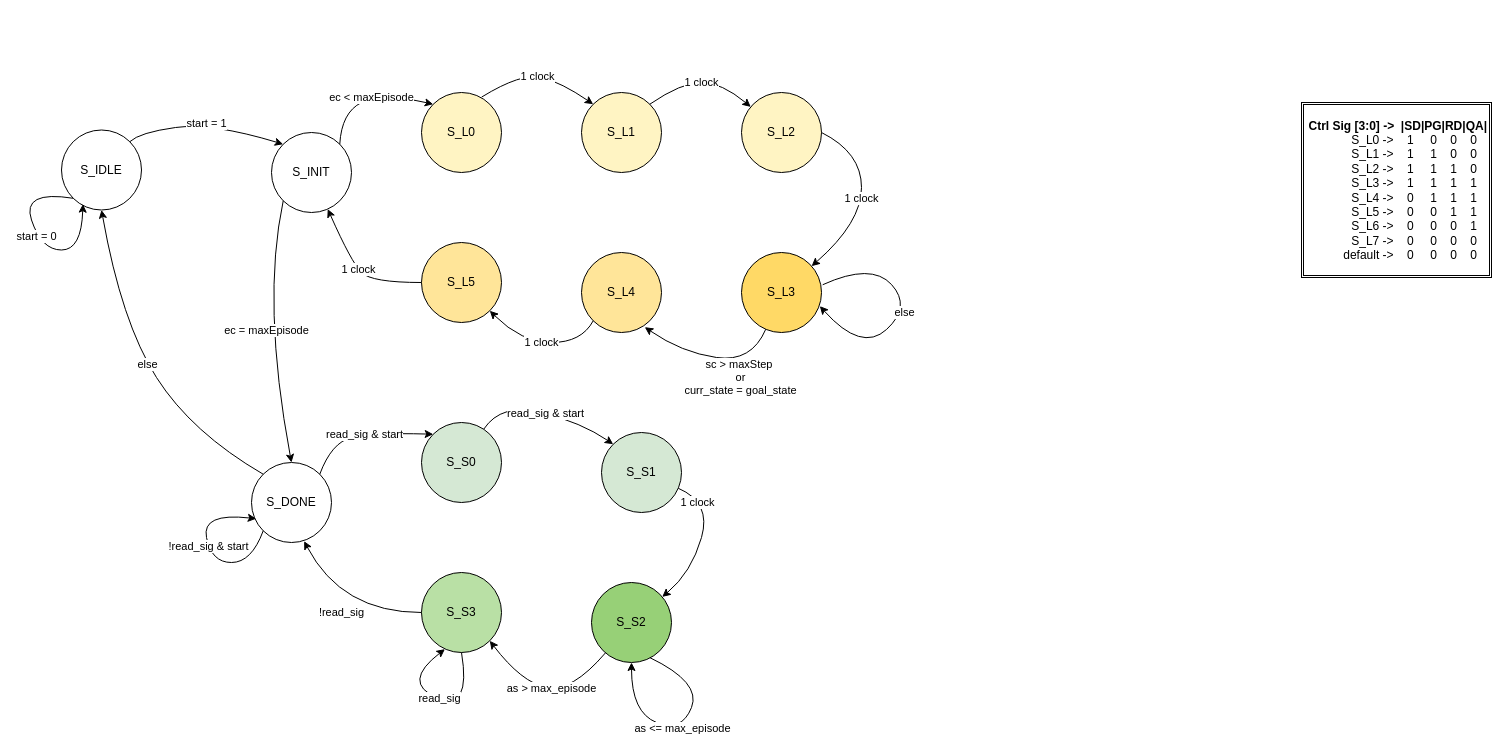
The draw.io diagram page "FSM_c2" (3 of 8) of intelight.drawio in zulfikarna/intelight, before the edit. Source tidied: cells renumbered, new cells numbered last; positions are measured from the earlier drawing's top-left corner, leaving out a move shared by most shapes. Both pictures are drawn from the tidied source at 100%, with x=0, y=0 at pixel (21, 72).
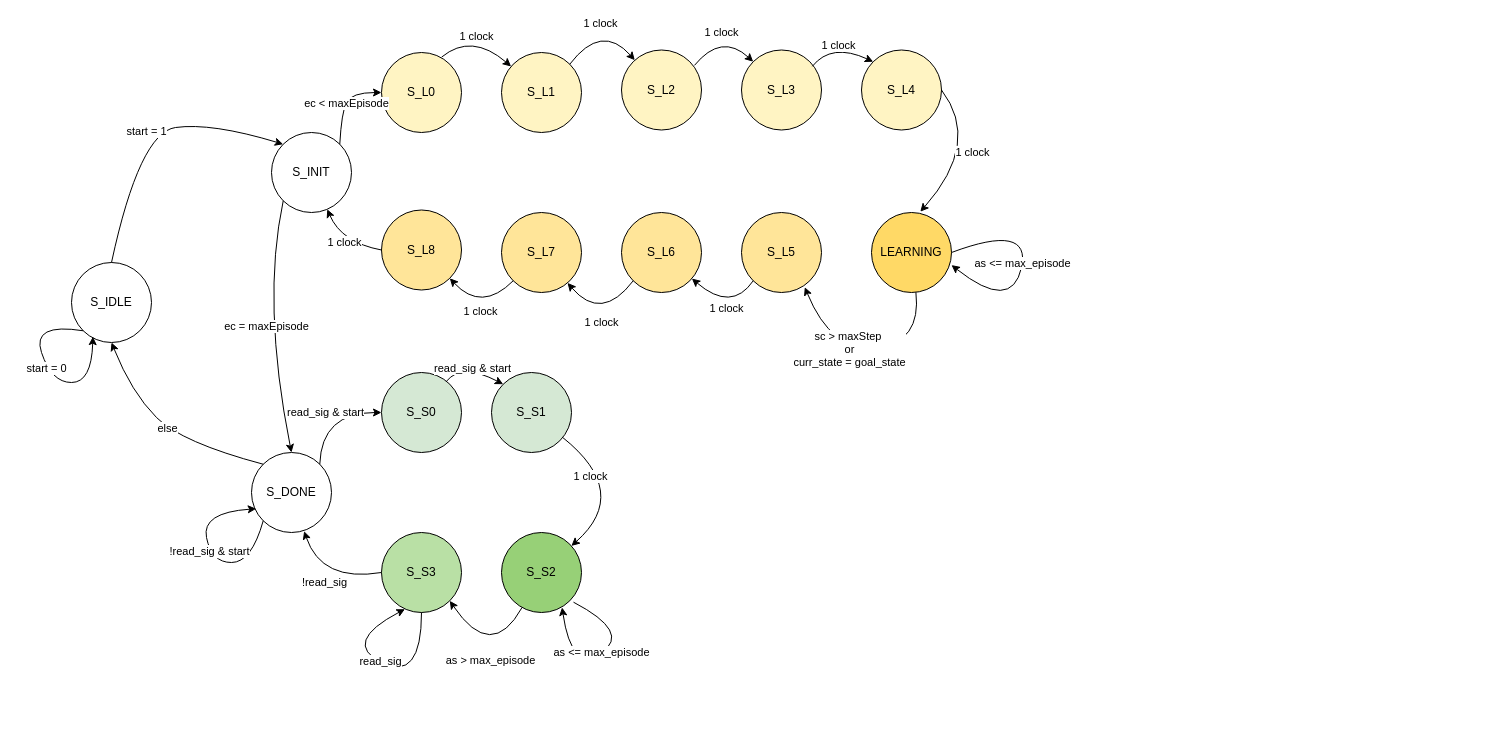
After the change.

Unchanged cells that the change refers to:
```xml
<mxCell id="3" value="S_INIT" style="ellipse;whiteSpace=wrap;html=1;" parent="1" vertex="1">
  <mxGeometry x="250" y="60" width="80" height="80" as="geometry" />
</mxCell>
```

The edit, as a diff of the source:
```diff
@@
     <mxCell id="2" value="S_IDLE" style="ellipse;whiteSpace=wrap;html=1;" parent="1" vertex="1">
-      <mxGeometry x="40" y="57.5" width="80" height="80" as="geometry" />
+      <mxGeometry x="50" y="190" width="80" height="80" as="geometry" />
     </mxCell>
@@
     <mxCell id="4" value="start = 0" style="curved=1;endArrow=classic;html=1;rounded=0;exitX=0;exitY=1;exitDx=0;exitDy=0;entryX=0.268;entryY=0.927;entryDx=0;entryDy=0;entryPerimeter=0;" parent="1" edge="1" source="2" target="2">
       <mxGeometry relative="1" as="geometry">
         <Array as="points">
-          <mxPoint y="117.5" />
-          <mxPoint x="20" y="177.5" />
-          <mxPoint x="60" y="177.5" />
+          <mxPoint x="10" y="250" />
+          <mxPoint x="30" y="310" />
+          <mxPoint x="70" y="310" />
         </Array>
       </mxGeometry>
     </mxCell>
     <mxCell id="5" value="S_L0" style="ellipse;whiteSpace=wrap;html=1;fillColor=#FFF4C3;" parent="1" vertex="1">
-      <mxGeometry x="400" y="20" width="80" height="80" as="geometry" />
+      <mxGeometry x="360" y="-20" width="80" height="80" as="geometry" />
     </mxCell>
     <mxCell id="6" value="S_L1" style="ellipse;whiteSpace=wrap;html=1;fillColor=#FFF4C3;" parent="1" vertex="1">
-      <mxGeometry x="560" y="20" width="80" height="80" as="geometry" />
+      <mxGeometry x="480" y="-20" width="80" height="80" as="geometry" />
     </mxCell>
     <mxCell id="7" value="S_L2" style="ellipse;whiteSpace=wrap;html=1;fillColor=#FFF4C3;" parent="1" vertex="1">
-      <mxGeometry x="720" y="20" width="80" height="80" as="geometry" />
+      <mxGeometry x="600" y="-22.5" width="80" height="80" as="geometry" />
     </mxCell>
-    <mxCell id="8" value="S_L3" style="ellipse;whiteSpace=wrap;html=1;fillColor=#FFD966;" parent="1" vertex="1">
-      <mxGeometry x="720" y="180" width="80" height="80" as="geometry" />
+    <mxCell id="8" value="LEARNING" style="ellipse;whiteSpace=wrap;html=1;fillColor=#FFD966;" parent="1" vertex="1">
+      <mxGeometry x="850" y="140" width="80" height="80" as="geometry" />
     </mxCell>
-    <mxCell id="9" value="S_L4" style="ellipse;whiteSpace=wrap;html=1;fillColor=#FFE599;" parent="1" vertex="1">
-      <mxGeometry x="560" y="180" width="80" height="80" as="geometry" />
+    <mxCell id="9" value="S_L5" style="ellipse;whiteSpace=wrap;html=1;fillColor=#FFE599;" parent="1" vertex="1">
+      <mxGeometry x="720" y="140" width="80" height="80" as="geometry" />
     </mxCell>
-    <mxCell id="10" value="S_L5" style="ellipse;whiteSpace=wrap;html=1;fillColor=#FFE599;shadow=0;" parent="1" vertex="1">
-      <mxGeometry x="400" y="170" width="80" height="80" as="geometry" />
+    <mxCell id="10" value="S_L8" style="ellipse;whiteSpace=wrap;html=1;fillColor=#FFE599;shadow=0;" parent="1" vertex="1">
+      <mxGeometry x="360" y="137.5" width="80" height="80" as="geometry" />
     </mxCell>
-    <mxCell id="11" value="ec &amp;lt; maxEpisode" style="curved=1;endArrow=classic;html=1;rounded=0;exitX=1;exitY=0;exitDx=0;exitDy=0;entryX=0;entryY=0;entryDx=0;entryDy=0;" parent="1" edge="1" source="3" target="5">
+    <mxCell id="11" value="ec &amp;lt; maxEpisode" style="curved=1;endArrow=classic;html=1;rounded=0;exitX=1;exitY=0;exitDx=0;exitDy=0;" parent="1" edge="1" source="3" target="5">
       <mxGeometry relative="1" as="geometry">
         <Array as="points">
           <mxPoint x="320" y="40" />
-          <mxPoint x="360" y="20" />
+          <mxPoint x="330" y="20" />
         </Array>
       </mxGeometry>
     </mxCell>
-    <mxCell id="12" value="start = 1" style="curved=1;endArrow=classic;html=1;rounded=0;exitX=1;exitY=0;exitDx=0;exitDy=0;entryX=0;entryY=0;entryDx=0;entryDy=0;" parent="1" edge="1" source="2" target="3">
+    <mxCell id="12" value="start = 1" style="curved=1;endArrow=classic;html=1;rounded=0;exitX=0.5;exitY=0;exitDx=0;exitDy=0;entryX=0;entryY=0;entryDx=0;entryDy=0;" parent="1" edge="1" source="2" target="3">
       <mxGeometry relative="1" as="geometry">
         <Array as="points">
           <mxPoint x="118" y="60" />
           <mxPoint x="190" y="50" />
         </Array>
       </mxGeometry>
     </mxCell>
-    <mxCell id="13" value="1 clock" style="curved=1;endArrow=classic;html=1;rounded=0;exitX=0.752;exitY=0.057;exitDx=0;exitDy=0;entryX=0;entryY=0;entryDx=0;entryDy=0;exitPerimeter=0;" parent="1" edge="1" source="5" target="6">
+    <mxCell id="13" value="1 clock" style="curved=1;endArrow=classic;html=1;rounded=0;exitX=0.752;exitY=0.057;exitDx=0;exitDy=0;exitPerimeter=0;" parent="1" edge="1" source="5" target="6">
       <mxGeometry relative="1" as="geometry">
         <Array as="points">
-          <mxPoint x="500" />
-          <mxPoint x="540" y="10" />
+          <mxPoint x="450" y="-40" />
         </Array>
       </mxGeometry>
     </mxCell>
     <mxCell id="14" value="1 clock" style="curved=1;endArrow=classic;html=1;rounded=0;exitX=1;exitY=0;exitDx=0;exitDy=0;" parent="1" edge="1" source="6" target="7">
       <mxGeometry relative="1" as="geometry">
         <Array as="points">
-          <mxPoint x="660" y="10" />
-          <mxPoint x="700" y="10" />
+          <mxPoint x="580" y="-50" />
         </Array>
       </mxGeometry>
     </mxCell>
-    <mxCell id="15" value="1 clock" style="curved=1;endArrow=classic;html=1;rounded=0;exitX=1;exitY=0.5;exitDx=0;exitDy=0;" parent="1" edge="1" source="7" target="8">
-      <mxGeometry relative="1" as="geometry">
-        <Array as="points">
-          <mxPoint x="840" y="80" />
-          <mxPoint x="840" y="150" />
-        </Array>
-      </mxGeometry>
-    </mxCell>
     <mxCell id="16" value="&lt;span style=&quot;color: rgb(0 , 0 , 0) ; font-size: 11px ; font-style: normal ; font-weight: 400 ; letter-spacing: normal ; text-align: center ; text-indent: 0px ; text-transform: none ; word-spacing: 0px ; background-color: rgb(255 , 255 , 255) ; font-family: &amp;#34;helvetica&amp;#34; ; display: inline ; float: none&quot;&gt;sc &amp;gt; maxStep&amp;nbsp;&lt;/span&gt;&lt;br style=&quot;color: rgb(0 , 0 , 0) ; font-size: 11px ; font-style: normal ; font-weight: 400 ; letter-spacing: normal ; text-align: center ; text-indent: 0px ; text-transform: none ; word-spacing: 0px ; font-family: &amp;#34;helvetica&amp;#34;&quot;&gt;&lt;span style=&quot;color: rgb(0 , 0 , 0) ; font-size: 11px ; font-style: normal ; font-weight: 400 ; letter-spacing: normal ; text-align: center ; text-indent: 0px ; text-transform: none ; word-spacing: 0px ; background-color: rgb(255 , 255 , 255) ; font-family: &amp;#34;helvetica&amp;#34; ; display: inline ; float: none&quot;&gt;or&lt;/span&gt;&lt;br style=&quot;color: rgb(0 , 0 , 0) ; font-size: 11px ; font-style: normal ; font-weight: 400 ; letter-spacing: normal ; text-align: center ; text-indent: 0px ; text-transform: none ; word-spacing: 0px ; font-family: &amp;#34;helvetica&amp;#34;&quot;&gt;&lt;span style=&quot;color: rgb(0 , 0 , 0) ; font-size: 11px ; font-style: normal ; font-weight: 400 ; letter-spacing: normal ; text-align: center ; text-indent: 0px ; text-transform: none ; word-spacing: 0px ; background-color: rgb(255 , 255 , 255) ; font-family: &amp;#34;helvetica&amp;#34; ; display: inline ; float: none&quot;&gt;curr_state = goal_state&lt;/span&gt;" style="curved=1;endArrow=classic;html=1;rounded=0;entryX=0.791;entryY=0.933;entryDx=0;entryDy=0;entryPerimeter=0;" parent="1" edge="1" source="8" target="9">
-      <mxGeometry x="-0.41" y="16" relative="1" as="geometry">
+      <mxGeometry x="0.16" y="-1" relative="1" as="geometry">
         <Array as="points">
-          <mxPoint x="730" y="290" />
-          <mxPoint x="660" y="280" />
+          <mxPoint x="900" y="270" />
+          <mxPoint x="810" y="280" />
         </Array>
       </mxGeometry>
     </mxCell>
-    <mxCell id="17" value="1 clock" style="curved=1;endArrow=classic;html=1;rounded=0;exitX=0;exitY=1;exitDx=0;exitDy=0;entryX=1;entryY=1;entryDx=0;entryDy=0;" parent="1" edge="1" source="9" target="10">
-      <mxGeometry relative="1" as="geometry">
-        <Array as="points">
-          <mxPoint x="560" y="270" />
-          <mxPoint x="500" y="270" />
-        </Array>
-      </mxGeometry>
-    </mxCell>
     <mxCell id="18" value="1 clock" style="curved=1;endArrow=classic;html=1;rounded=0;exitX=0;exitY=0.5;exitDx=0;exitDy=0;" parent="1" edge="1" source="10" target="3">
       <mxGeometry relative="1" as="geometry">
         <Array as="points">
-          <mxPoint x="350" y="210" />
-          <mxPoint x="330" y="190" />
+          <mxPoint x="320" y="170" />
         </Array>
       </mxGeometry>
     </mxCell>
@@
     <mxCell id="20" value="S_DONE" style="ellipse;whiteSpace=wrap;html=1;" parent="1" vertex="1">
-      <mxGeometry x="230" y="390" width="80" height="80" as="geometry" />
+      <mxGeometry x="230" y="380" width="80" height="80" as="geometry" />
     </mxCell>
-    <mxCell id="21" value="else" style="curved=1;endArrow=classic;html=1;rounded=0;exitX=1.015;exitY=0.403;exitDx=0;exitDy=0;exitPerimeter=0;entryX=0.979;entryY=0.67;entryDx=0;entryDy=0;entryPerimeter=0;" parent="1" edge="1" source="8" target="8">
-      <mxGeometry relative="1" as="geometry">
-        <Array as="points">
-          <mxPoint x="850" y="190" />
-          <mxPoint x="890" y="234" />
-          <mxPoint x="840" y="280" />
-        </Array>
-      </mxGeometry>
-    </mxCell>
     <mxCell id="22" value="else" style="curved=1;endArrow=classic;html=1;rounded=0;entryX=0.5;entryY=1;entryDx=0;entryDy=0;exitX=0;exitY=0;exitDx=0;exitDy=0;" parent="1" edge="1" source="20" target="2">
       <mxGeometry relative="1" as="geometry">
         <Array as="points">
-          <mxPoint x="170" y="360" />
-          <mxPoint x="100" y="250" />
+          <mxPoint x="160" y="370" />
+          <mxPoint x="110" y="320" />
         </Array>
       </mxGeometry>
     </mxCell>
-    <mxCell id="23" value="&lt;b&gt;Ctrl Sig [3:0] -&amp;gt;&amp;nbsp; |SD|PG|RD|QA|&lt;/b&gt;&lt;br&gt;S_L0 -&amp;gt;&amp;nbsp; &amp;nbsp; 1&amp;nbsp; &amp;nbsp; &amp;nbsp;0&amp;nbsp; &amp;nbsp; 0&amp;nbsp; &amp;nbsp; 0&amp;nbsp; &amp;nbsp;&lt;br&gt;S_L1 -&amp;gt;&amp;nbsp; &amp;nbsp; 1&amp;nbsp; &amp;nbsp; &amp;nbsp;1&amp;nbsp; &amp;nbsp; 0&amp;nbsp; &amp;nbsp; 0&amp;nbsp; &amp;nbsp;&lt;br&gt;S_L2 -&amp;gt;&amp;nbsp; &amp;nbsp; 1&amp;nbsp; &amp;nbsp; &amp;nbsp;1&amp;nbsp; &amp;nbsp; 1&amp;nbsp; &amp;nbsp; 0&amp;nbsp; &amp;nbsp;&lt;br&gt;S_L3 -&amp;gt;&amp;nbsp; &amp;nbsp; 1&amp;nbsp; &amp;nbsp; &amp;nbsp;1&amp;nbsp; &amp;nbsp; 1&amp;nbsp; &amp;nbsp; 1&amp;nbsp; &amp;nbsp;&lt;br&gt;S_L4 -&amp;gt;&amp;nbsp; &amp;nbsp; 0&amp;nbsp; &amp;nbsp; &amp;nbsp;1&amp;nbsp; &amp;nbsp; 1&amp;nbsp; &amp;nbsp; 1&amp;nbsp; &amp;nbsp;&lt;br&gt;S_L5 -&amp;gt;&amp;nbsp; &amp;nbsp; 0&amp;nbsp; &amp;nbsp; &amp;nbsp;0&amp;nbsp; &amp;nbsp; 1&amp;nbsp; &amp;nbsp; 1&amp;nbsp; &amp;nbsp;&lt;br&gt;S_L6 -&amp;gt;&amp;nbsp; &amp;nbsp; 0&amp;nbsp; &amp;nbsp; &amp;nbsp;0&amp;nbsp; &amp;nbsp; 0&amp;nbsp; &amp;nbsp; 1&amp;nbsp; &amp;nbsp;&lt;br&gt;S_L7 -&amp;gt;&amp;nbsp; &amp;nbsp; 0&amp;nbsp; &amp;nbsp; &amp;nbsp;0&amp;nbsp; &amp;nbsp; 0&amp;nbsp; &amp;nbsp; 0&amp;nbsp; &amp;nbsp;&lt;br&gt;default -&amp;gt;&amp;nbsp; &amp;nbsp; 0&amp;nbsp; &amp;nbsp; &amp;nbsp;0&amp;nbsp; &amp;nbsp; 0&amp;nbsp; &amp;nbsp; 0&amp;nbsp; &amp;nbsp;" style="shape=ext;double=1;rounded=0;whiteSpace=wrap;html=1;fillColor=#FFFFFF;align=right;" parent="1" vertex="1">
-      <mxGeometry x="1280" y="30" width="190" height="175" as="geometry" />
-    </mxCell>
     <mxCell id="24" value="S_S0" style="ellipse;whiteSpace=wrap;html=1;fillColor=#D5E8D4;" parent="1" vertex="1">
-      <mxGeometry x="400" y="350" width="80" height="80" as="geometry" />
+      <mxGeometry x="360" y="300" width="80" height="80" as="geometry" />
     </mxCell>
     <mxCell id="25" value="S_S1" style="ellipse;whiteSpace=wrap;html=1;fillColor=#D5E8D4;" parent="1" vertex="1">
-      <mxGeometry x="580" y="360" width="80" height="80" as="geometry" />
+      <mxGeometry x="470" y="300" width="80" height="80" as="geometry" />
     </mxCell>
     <mxCell id="26" value="S_S2" style="ellipse;whiteSpace=wrap;html=1;fillColor=#97D077;" parent="1" vertex="1">
-      <mxGeometry x="570" y="510" width="80" height="80" as="geometry" />
+      <mxGeometry x="480" y="460" width="80" height="80" as="geometry" />
     </mxCell>
     <mxCell id="27" value="S_S3" style="ellipse;whiteSpace=wrap;html=1;fillColor=#B9E0A5;" parent="1" vertex="1">
-      <mxGeometry x="400" y="500" width="80" height="80" as="geometry" />
+      <mxGeometry x="360" y="460" width="80" height="80" as="geometry" />
     </mxCell>
-    <mxCell id="28" value="read_sig &amp;amp; start" style="curved=1;endArrow=classic;html=1;rounded=0;exitX=1;exitY=0;exitDx=0;exitDy=0;entryX=0;entryY=0;entryDx=0;entryDy=0;" parent="1" edge="1" source="20" target="24">
+    <mxCell id="28" value="read_sig &amp;amp; start" style="curved=1;endArrow=classic;html=1;rounded=0;exitX=1;exitY=0;exitDx=0;exitDy=0;" parent="1" edge="1" source="20" target="24">
       <mxGeometry relative="1" as="geometry">
         <Array as="points">
-          <mxPoint x="310" y="370" />
-          <mxPoint x="350" y="360" />
+          <mxPoint x="300" y="340" />
         </Array>
       </mxGeometry>
     </mxCell>
@@
     <mxCell id="30" value="read_sig &amp;amp; start" style="curved=1;endArrow=classic;html=1;rounded=0;entryX=0;entryY=0;entryDx=0;entryDy=0;" parent="1" edge="1" source="24" target="25">
       <mxGeometry relative="1" as="geometry">
         <Array as="points">
-          <mxPoint x="480" y="330" />
-          <mxPoint x="560" y="350" />
+          <mxPoint x="440" y="290" />
         </Array>
       </mxGeometry>
     </mxCell>
     <mxCell id="31" value="&lt;font face=&quot;helvetica&quot;&gt;1 clock&lt;/font&gt;" style="curved=1;endArrow=classic;html=1;rounded=0;" parent="1" edge="1" source="25" target="26">
       <mxGeometry x="-0.45" y="-13" relative="1" as="geometry">
         <Array as="points">
-          <mxPoint x="690" y="430" />
-          <mxPoint x="670" y="500" />
+          <mxPoint x="610" y="420" />
         </Array>
       </mxGeometry>
     </mxCell>
-    <mxCell id="32" value="as &amp;lt;= max_episode" style="curved=1;endArrow=classic;html=1;rounded=0;entryX=0.5;entryY=1;entryDx=0;entryDy=0;exitX=0.731;exitY=0.94;exitDx=0;exitDy=0;exitPerimeter=0;" parent="1" edge="1" source="26" target="26">
+    <mxCell id="32" value="as &amp;lt;= max_episode" style="curved=1;endArrow=classic;html=1;rounded=0;entryX=0.757;entryY=0.936;entryDx=0;entryDy=0;exitX=0.9;exitY=0.871;exitDx=0;exitDy=0;exitPerimeter=0;entryPerimeter=0;" parent="1" edge="1" source="26" target="26">
       <mxGeometry relative="1" as="geometry">
         <Array as="points">
-          <mxPoint x="680" y="610" />
-          <mxPoint x="660" y="660" />
-          <mxPoint x="610" y="640" />
+          <mxPoint x="610" y="560" />
+          <mxPoint x="550" y="600" />
         </Array>
       </mxGeometry>
     </mxCell>
     <mxCell id="33" value="&lt;font face=&quot;helvetica&quot;&gt;as &amp;gt; max_episode&lt;/font&gt;" style="curved=1;endArrow=classic;html=1;rounded=0;entryX=1;entryY=1;entryDx=0;entryDy=0;" parent="1" edge="1" source="26" target="27">
       <mxGeometry x="-0.06" relative="1" as="geometry">
         <Array as="points">
-          <mxPoint x="550" y="620" />
-          <mxPoint x="500" y="610" />
+          <mxPoint x="470" y="590" />
         </Array>
       </mxGeometry>
     </mxCell>
     <mxCell id="34" value="!read_sig" style="curved=1;endArrow=classic;html=1;rounded=0;exitX=0;exitY=0.5;exitDx=0;exitDy=0;entryX=0.658;entryY=0.983;entryDx=0;entryDy=0;entryPerimeter=0;" parent="1" edge="1" source="27" target="20">
       <mxGeometry relative="1" as="geometry">
         <Array as="points">
-          <mxPoint x="320" y="540" />
+          <mxPoint x="300" y="510" />
         </Array>
       </mxGeometry>
     </mxCell>
     <mxCell id="35" value="read_sig" style="curved=1;endArrow=classic;html=1;rounded=0;exitX=0.5;exitY=1;exitDx=0;exitDy=0;entryX=0.293;entryY=0.958;entryDx=0;entryDy=0;entryPerimeter=0;" parent="1" edge="1" source="27" target="27">
       <mxGeometry relative="1" as="geometry">
         <Array as="points">
-          <mxPoint x="450" y="640" />
-          <mxPoint x="380" y="610" />
+          <mxPoint x="400" y="610" />
+          <mxPoint x="320" y="570" />
         </Array>
       </mxGeometry>
     </mxCell>
+    <mxCell id="36" value="S_L3" style="ellipse;whiteSpace=wrap;html=1;fillColor=#FFF4C3;" parent="1" vertex="1">
+      <mxGeometry x="720" y="-22.5" width="80" height="80" as="geometry" />
+    </mxCell>
+    <mxCell id="37" value="S_L4" style="ellipse;whiteSpace=wrap;html=1;fillColor=#FFF4C3;" parent="1" vertex="1">
+      <mxGeometry x="840" y="-22.5" width="80" height="80" as="geometry" />
+    </mxCell>
+    <mxCell id="38" value="S_L6" style="ellipse;whiteSpace=wrap;html=1;fillColor=#FFE599;" parent="1" vertex="1">
+      <mxGeometry x="600" y="140" width="80" height="80" as="geometry" />
+    </mxCell>
+    <mxCell id="39" value="S_L7" style="ellipse;whiteSpace=wrap;html=1;fillColor=#FFE599;" parent="1" vertex="1">
+      <mxGeometry x="480" y="140" width="80" height="80" as="geometry" />
+    </mxCell>
+    <mxCell id="40" value="1 clock" style="curved=1;endArrow=classic;html=1;rounded=0;exitX=0.912;exitY=0.192;exitDx=0;exitDy=0;exitPerimeter=0;entryX=0;entryY=0;entryDx=0;entryDy=0;" parent="1" edge="1" source="7" target="36">
+      <mxGeometry relative="1" as="geometry">
+        <Array as="points">
+          <mxPoint x="700" y="-40" />
+        </Array>
+      </mxGeometry>
+    </mxCell>
+    <mxCell id="41" value="1 clock" style="curved=1;endArrow=classic;html=1;rounded=0;exitX=0.886;exitY=0.203;exitDx=0;exitDy=0;entryX=0;entryY=0;entryDx=0;entryDy=0;exitPerimeter=0;" parent="1" edge="1" source="36" target="37">
+      <mxGeometry relative="1" as="geometry">
+        <Array as="points">
+          <mxPoint x="810" y="-30" />
+        </Array>
+      </mxGeometry>
+    </mxCell>
+    <mxCell id="42" value="1 clock" style="curved=1;endArrow=classic;html=1;rounded=0;entryX=0.61;entryY=-0.01;entryDx=0;entryDy=0;entryPerimeter=0;exitX=1;exitY=0.5;exitDx=0;exitDy=0;" parent="1" edge="1" source="37" target="8">
+      <mxGeometry relative="1" as="geometry">
+        <Array as="points">
+          <mxPoint x="960" y="70" />
+        </Array>
+      </mxGeometry>
+    </mxCell>
+    <mxCell id="43" value="1 clock" style="curved=1;endArrow=classic;html=1;rounded=0;exitX=0;exitY=1;exitDx=0;exitDy=0;" parent="1" edge="1" source="9" target="38">
+      <mxGeometry relative="1" as="geometry">
+        <Array as="points">
+          <mxPoint x="710" y="240" />
+        </Array>
+      </mxGeometry>
+    </mxCell>
+    <mxCell id="44" value="1 clock" style="curved=1;endArrow=classic;html=1;rounded=0;exitX=0;exitY=1;exitDx=0;exitDy=0;" parent="1" edge="1" source="38" target="39">
+      <mxGeometry relative="1" as="geometry">
+        <Array as="points">
+          <mxPoint x="580" y="250" />
+        </Array>
+      </mxGeometry>
+    </mxCell>
+    <mxCell id="17" value="1 clock" style="curved=1;endArrow=classic;html=1;rounded=0;exitX=0;exitY=1;exitDx=0;exitDy=0;entryX=1;entryY=1;entryDx=0;entryDy=0;" parent="1" edge="1" source="39" target="10">
+      <mxGeometry relative="1" as="geometry">
+        <Array as="points">
+          <mxPoint x="460" y="240" />
+        </Array>
+      </mxGeometry>
+    </mxCell>
+    <mxCell id="21" value="as &amp;lt;= max_episode" style="curved=1;endArrow=classic;html=1;rounded=0;entryX=1;entryY=0.657;entryDx=0;entryDy=0;exitX=1;exitY=0.5;exitDx=0;exitDy=0;entryPerimeter=0;" parent="1" edge="1" source="8" target="8">
+      <mxGeometry relative="1" as="geometry">
+        <Array as="points">
+          <mxPoint x="1010" y="150" />
+          <mxPoint x="990" y="240" />
+        </Array>
+      </mxGeometry>
+    </mxCell>
```
